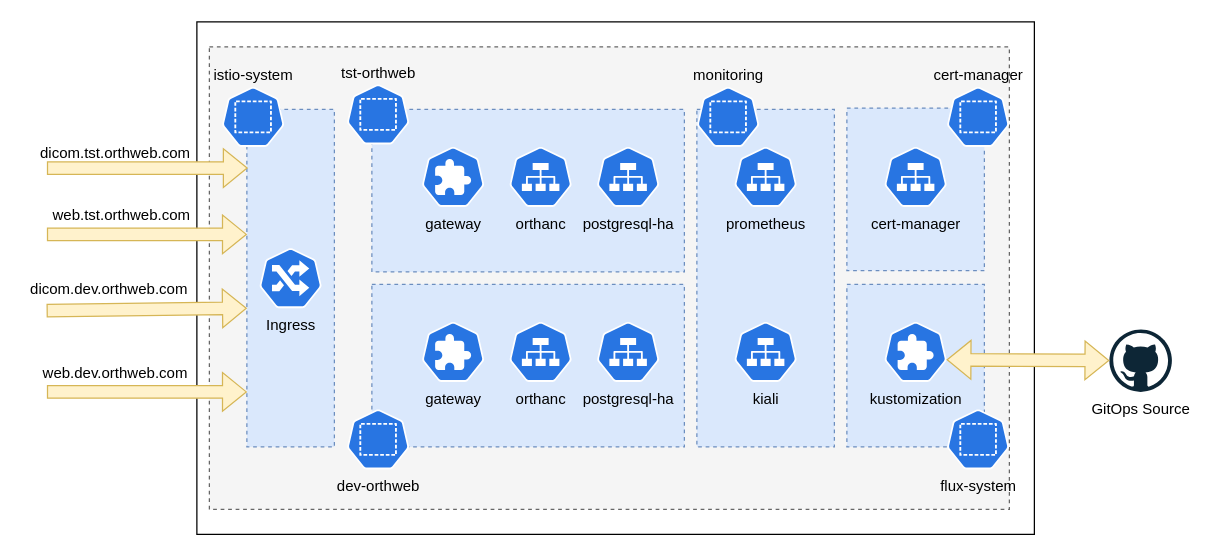
Earlier version of the draw.io diagram gitops/resources/korthweb-gitops.drawio (digihunch/korthweb). Source tidied: cells renumbered, new cells numbered last; positions are measured from the earlier drawing's top-left corner, leaving out a move shared by most shapes. Both pictures are drawn from the tidied source at 125%, with x=0, y=0 at pixel (21, 21). Pictures stored in the file or linked from it are replaced by grey dashed boxes.
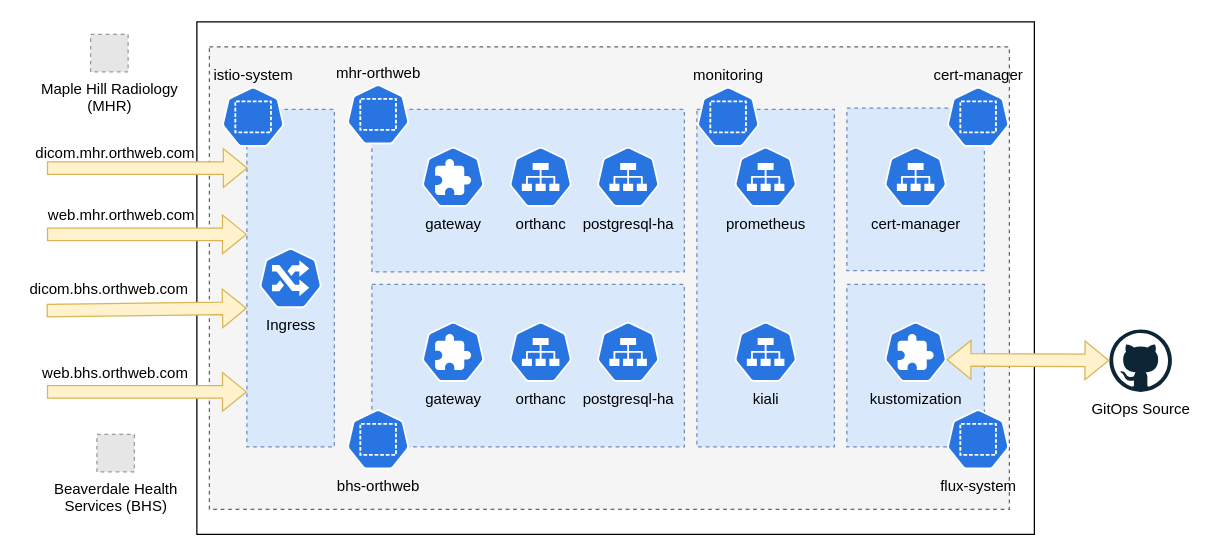
The same page after the edit.

Commit message (it also covers changes not shown here):
gitops: update diagram

Change to the diagram source:
```diff
@@
-    <mxCell id="9" value="tst-orthweb" style="sketch=0;html=1;dashed=0;whitespace=wrap;fillColor=#2875E2;strokeColor=#ffffff;shape=mxgraph.kubernetes.icon;prIcon=ns;labelPosition=center;verticalLabelPosition=top;align=center;verticalAlign=bottom;" parent="1" vertex="1">
+    <mxCell id="9" value="mhr-orthweb" style="sketch=0;html=1;dashed=0;whitespace=wrap;fillColor=#2875E2;strokeColor=#ffffff;shape=mxgraph.kubernetes.icon;prIcon=ns;labelPosition=center;verticalLabelPosition=top;align=center;verticalAlign=bottom;" parent="1" vertex="1">
       <mxGeometry x="260" y="50" width="50" height="48" as="geometry" />
     </mxCell>
@@
-    <mxCell id="15" value="dev-orthweb" style="sketch=0;html=1;dashed=0;whitespace=wrap;fillColor=#2875E2;strokeColor=#ffffff;shape=mxgraph.kubernetes.icon;prIcon=ns;labelPosition=center;verticalLabelPosition=bottom;align=center;verticalAlign=top;" parent="1" vertex="1">
+    <mxCell id="15" value="bhs-orthweb" style="sketch=0;html=1;dashed=0;whitespace=wrap;fillColor=#2875E2;strokeColor=#ffffff;shape=mxgraph.kubernetes.icon;prIcon=ns;labelPosition=center;verticalLabelPosition=bottom;align=center;verticalAlign=top;" parent="1" vertex="1">
       <mxGeometry x="260" y="310" width="50" height="48" as="geometry" />
     </mxCell>
@@
-    <mxCell id="29" value="web.dev.orthweb.com" style="text;html=1;strokeColor=none;fillColor=none;align=center;verticalAlign=middle;whiteSpace=wrap;rounded=0;dashed=1;" parent="1" vertex="1">
+    <mxCell id="29" value="web.bhs.orthweb.com" style="text;html=1;strokeColor=none;fillColor=none;align=center;verticalAlign=middle;whiteSpace=wrap;rounded=0;dashed=1;" parent="1" vertex="1">
       <mxGeometry x="20" y="266" width="110" height="30" as="geometry" />
     </mxCell>
-    <mxCell id="30" value="web.tst.orthweb.com" style="text;html=1;strokeColor=none;fillColor=none;align=center;verticalAlign=middle;whiteSpace=wrap;rounded=0;dashed=1;" parent="1" vertex="1">
+    <mxCell id="30" value="web.mhr.orthweb.com" style="text;html=1;strokeColor=none;fillColor=none;align=center;verticalAlign=middle;whiteSpace=wrap;rounded=0;dashed=1;" parent="1" vertex="1">
       <mxGeometry x="20" y="140" width="120" height="30" as="geometry" />
     </mxCell>
-    <mxCell id="31" value="dicom.dev.orthweb.com" style="text;html=1;strokeColor=none;fillColor=none;align=center;verticalAlign=middle;whiteSpace=wrap;rounded=0;dashed=1;" parent="1" vertex="1">
+    <mxCell id="31" value="dicom.bhs.orthweb.com" style="text;html=1;strokeColor=none;fillColor=none;align=center;verticalAlign=middle;whiteSpace=wrap;rounded=0;dashed=1;" parent="1" vertex="1">
       <mxGeometry y="199" width="140" height="30" as="geometry" />
     </mxCell>
-    <mxCell id="32" value="dicom.tst.orthweb.com" style="text;html=1;strokeColor=none;fillColor=none;align=center;verticalAlign=middle;whiteSpace=wrap;rounded=0;dashed=1;" parent="1" vertex="1">
+    <mxCell id="32" value="dicom.mhr.orthweb.com" style="text;html=1;strokeColor=none;fillColor=none;align=center;verticalAlign=middle;whiteSpace=wrap;rounded=0;dashed=1;" parent="1" vertex="1">
       <mxGeometry x="10" y="90" width="130" height="30" as="geometry" />
     </mxCell>
@@
+    <mxCell id="37" value="Beaverdale Health &lt;br&gt;Services (BHS)" style="fillColor=#E6E6E6;strokeColor=#999999;dashed=1;html=1;verticalAlign=top;verticalLabelPosition=bottom;labelBackgroundColor=#ffffff;" parent="1" vertex="1">
+      <mxGeometry x="60" y="330" width="30" height="30" as="geometry" />
+    </mxCell>
+    <mxCell id="38" value="Maple Hill Radiology&lt;br&gt;(MHR)" style="fillColor=#E6E6E6;strokeColor=#999999;dashed=1;html=1;verticalAlign=top;verticalLabelPosition=bottom;labelBackgroundColor=#ffffff;" parent="1" vertex="1">
+      <mxGeometry x="55" y="10" width="30" height="30" as="geometry" />
+    </mxCell>
```
